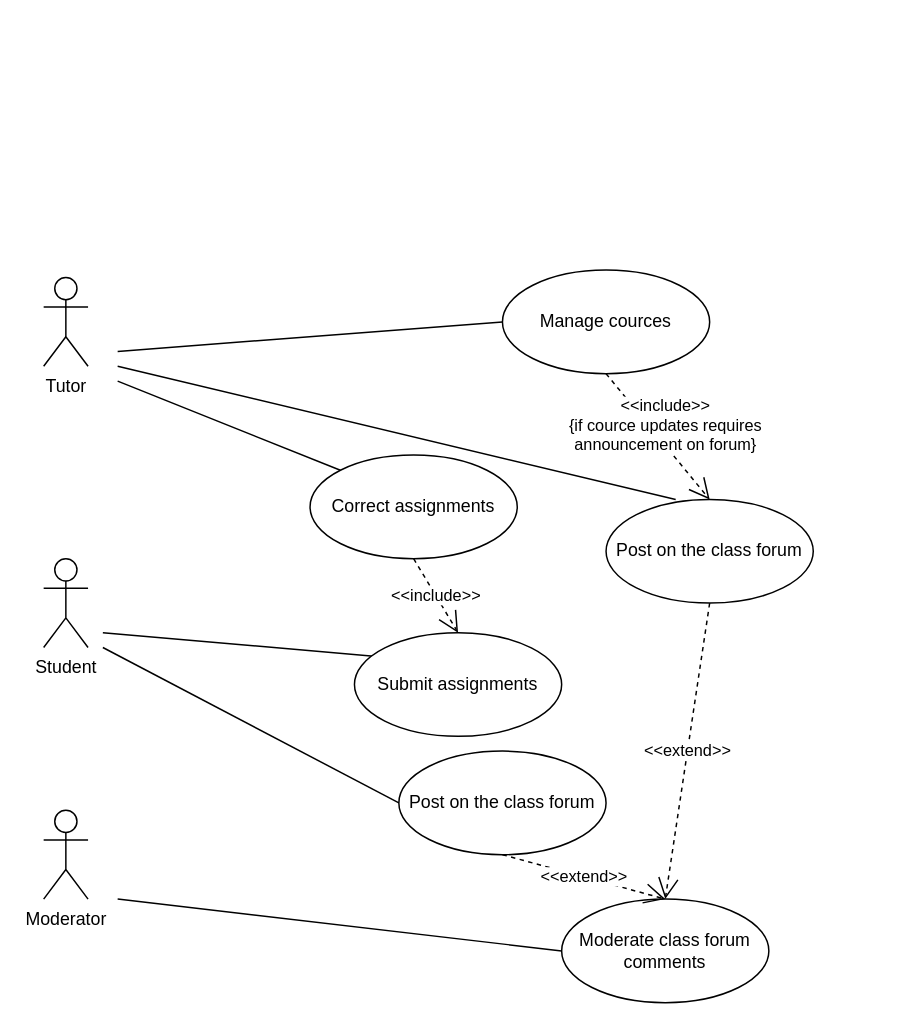
Earlier version of the draw.io diagram Use case.drawio (marymakayeva/Practise_project). Source tidied: cells renumbered, new cells numbered last; positions are measured from the earlier drawing's top-left corner, leaving out a move shared by most shapes. Both pictures are drawn from the tidied source at 148%, with x=0, y=0 at pixel (43, 269).
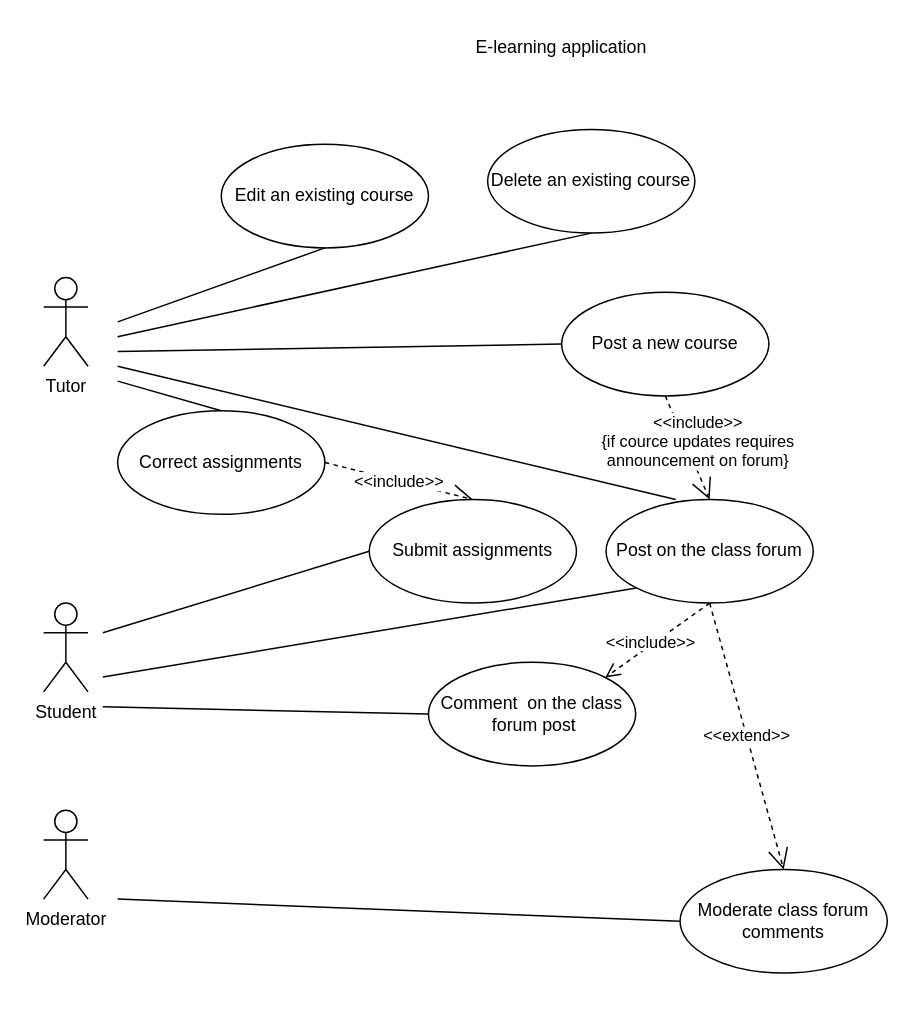
The same page after the edit.

The change refers to these unchanged cells:
```xml
<mxCell id="7" value="Post on the class forum" style="ellipse;whiteSpace=wrap;html=1;" parent="1" vertex="1">
  <mxGeometry x="380" y="155" width="140" height="70" as="geometry" />
</mxCell>
```

Diff of the diagram source:
```diff
@@
     <mxCell id="3" value="Student" style="shape=umlActor;verticalLabelPosition=bottom;verticalAlign=top;html=1;" parent="1" vertex="1">
-      <mxGeometry y="195" width="30" height="60" as="geometry" />
+      <mxGeometry y="225" width="30" height="60" as="geometry" />
     </mxCell>
@@
     <mxCell id="5" value="Moderate class forum comments" style="ellipse;whiteSpace=wrap;html=1;" parent="1" vertex="1">
-      <mxGeometry x="350" y="425" width="140" height="70" as="geometry" />
+      <mxGeometry x="430" y="405" width="140" height="70" as="geometry" />
     </mxCell>
-    <mxCell id="6" value="Post on the class forum" style="ellipse;whiteSpace=wrap;html=1;" parent="1" vertex="1">
-      <mxGeometry x="240" y="325" width="140" height="70" as="geometry" />
-    </mxCell>
@@
     <mxCell id="8" value="Correct assignments" style="ellipse;whiteSpace=wrap;html=1;" parent="1" vertex="1">
-      <mxGeometry x="180" y="125" width="140" height="70" as="geometry" />
+      <mxGeometry x="50" y="95" width="140" height="70" as="geometry" />
     </mxCell>
-    <mxCell id="9" value="Manage cources" style="ellipse;whiteSpace=wrap;html=1;" parent="1" vertex="1">
-      <mxGeometry x="310" width="140" height="70" as="geometry" />
+    <mxCell id="9" value="Post a new course" style="ellipse;whiteSpace=wrap;html=1;" parent="1" vertex="1">
+      <mxGeometry x="350" y="15" width="140" height="70" as="geometry" />
     </mxCell>
-    <mxCell id="10" value="&amp;lt;&amp;lt;include&amp;gt;&amp;gt;" style="endArrow=open;endSize=12;dashed=1;html=1;rounded=0;exitX=0.5;exitY=1;exitDx=0;exitDy=0;entryX=0.5;entryY=0;entryDx=0;entryDy=0;" parent="1" edge="1" source="8" target="19">
+    <mxCell id="10" value="&amp;lt;&amp;lt;include&amp;gt;&amp;gt;" style="endArrow=open;endSize=12;dashed=1;html=1;rounded=0;exitX=1;exitY=0.5;exitDx=0;exitDy=0;entryX=0.5;entryY=0;entryDx=0;entryDy=0;" parent="1" edge="1" source="8" target="19">
       <mxGeometry relative="1" as="geometry" />
     </mxCell>
@@
-    <mxCell id="12" style="endArrow=none;html=1;rounded=0;entryX=0.107;entryY=0.229;entryDx=0;entryDy=0;entryPerimeter=0;" parent="1" edge="1" target="19">
+    <mxCell id="12" style="endArrow=none;html=1;rounded=0;entryX=0;entryY=0.5;entryDx=0;entryDy=0;" parent="1" edge="1" target="19">
       <mxGeometry relative="1" as="geometry">
         <mxPoint x="40" y="245" as="sourcePoint" />
       </mxGeometry>
     </mxCell>
-    <mxCell id="13" style="endArrow=none;html=1;rounded=0;entryX=0;entryY=0;entryDx=0;entryDy=0;" parent="1" edge="1" target="8">
+    <mxCell id="13" style="endArrow=none;html=1;rounded=0;entryX=0.5;entryY=0;entryDx=0;entryDy=0;" parent="1" edge="1" target="8">
       <mxGeometry relative="1" as="geometry">
         <mxPoint x="50" y="75" as="sourcePoint" />
       </mxGeometry>
     </mxCell>
@@
-    <mxCell id="15" style="endArrow=none;html=1;rounded=0;entryX=0;entryY=0.5;entryDx=0;entryDy=0;" parent="1" edge="1" target="6">
+    <mxCell id="15" style="endArrow=none;html=1;rounded=0;entryX=0;entryY=0.5;entryDx=0;entryDy=0;" parent="1" edge="1" target="26">
       <mxGeometry relative="1" as="geometry">
-        <mxPoint x="40" y="255" as="sourcePoint" />
+        <mxPoint x="40" y="295" as="sourcePoint" />
       </mxGeometry>
     </mxCell>
@@
-    <mxCell id="17" value="&amp;lt;&amp;lt;extend&amp;gt;&amp;gt;" style="endArrow=open;endSize=12;dashed=1;html=1;rounded=0;entryX=0.5;entryY=0;entryDx=0;entryDy=0;exitX=0.5;exitY=1;exitDx=0;exitDy=0;" parent="1" edge="1" source="6" target="5">
-      <mxGeometry relative="1" as="geometry" />
-    </mxCell>
@@
     <mxCell id="19" value="Submit assignments" style="ellipse;whiteSpace=wrap;html=1;" parent="1" vertex="1">
-      <mxGeometry x="210" y="245" width="140" height="70" as="geometry" />
+      <mxGeometry x="220" y="155" width="140" height="70" as="geometry" />
     </mxCell>
@@
+    <mxCell id="21" value="E-learning application" style="text;html=1;align=center;verticalAlign=middle;whiteSpace=wrap;rounded=0;" parent="1" vertex="1">
+      <mxGeometry x="270" y="-165" width="160" height="30" as="geometry" />
+    </mxCell>
+    <mxCell id="22" value="Edit an existing course" style="ellipse;whiteSpace=wrap;html=1;" parent="1" vertex="1">
+      <mxGeometry x="120" y="-85" width="140" height="70" as="geometry" />
+    </mxCell>
+    <mxCell id="23" style="endArrow=none;html=1;rounded=0;entryX=0.5;entryY=1;entryDx=0;entryDy=0;" parent="1" edge="1" target="22">
+      <mxGeometry relative="1" as="geometry">
+        <mxPoint x="50" y="35" as="sourcePoint" />
+      </mxGeometry>
+    </mxCell>
+    <mxCell id="24" value="Delete an existing course" style="ellipse;whiteSpace=wrap;html=1;" parent="1" vertex="1">
+      <mxGeometry x="300" y="-95" width="140" height="70" as="geometry" />
+    </mxCell>
+    <mxCell id="25" style="endArrow=none;html=1;rounded=0;entryX=0.5;entryY=1;entryDx=0;entryDy=0;" parent="1" edge="1" target="24">
+      <mxGeometry relative="1" as="geometry">
+        <mxPoint x="50" y="45" as="sourcePoint" />
+      </mxGeometry>
+    </mxCell>
+    <mxCell id="26" value="Comment&amp;nbsp; on the class&lt;div&gt;&amp;nbsp;forum post&lt;/div&gt;" style="ellipse;whiteSpace=wrap;html=1;" parent="1" vertex="1">
+      <mxGeometry x="260" y="265" width="140" height="70" as="geometry" />
+    </mxCell>
+    <mxCell id="27" value="&lt;span style=&quot;background-color: rgb(255, 255, 255);&quot;&gt;&amp;lt;&amp;lt;include&amp;gt;&amp;gt;&lt;/span&gt;" style="endArrow=open;startArrow=none;endFill=0;startFill=0;endSize=8;html=1;verticalAlign=bottom;dashed=1;labelBackgroundColor=none;rounded=0;exitX=0.5;exitY=1;exitDx=0;exitDy=0;entryX=1;entryY=0;entryDx=0;entryDy=0;" parent="1" edge="1" source="7" target="26">
+      <mxGeometry x="0.23" y="6" relative="1" as="geometry" />
+    </mxCell>
+    <mxCell id="28" style="endArrow=none;html=1;rounded=0;entryX=0;entryY=1;entryDx=0;entryDy=0;" parent="1" edge="1" target="7">
+      <mxGeometry relative="1" as="geometry">
+        <mxPoint x="40" y="275" as="sourcePoint" />
+      </mxGeometry>
+    </mxCell>
```
